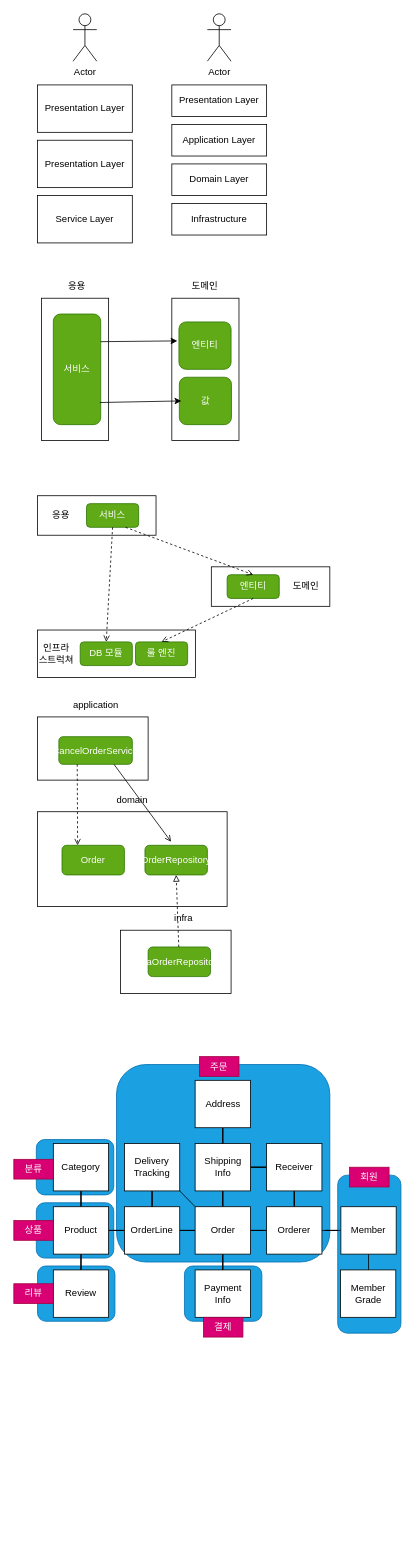
The draw.io diagram 블로그 참고.drawio in corns90/drawio, before the edit. Source tidied: cells renumbered, new cells numbered last; positions are measured from the earlier drawing's top-left corner, leaving out a move shared by most shapes. Both pictures are drawn from the tidied source at 79%, with x=0, y=0 at pixel (13, 13).
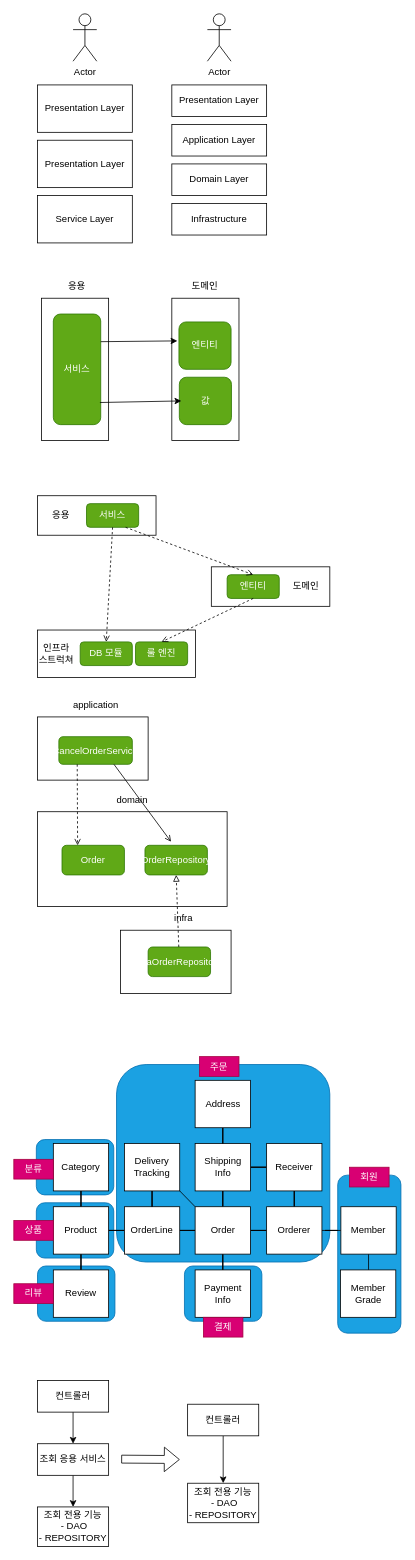
The same page after the edit.

Commit message:
블로그 참고.drawio 업데이트

What changed in the source:
```diff
@@
+    <mxCell id="85" style="edgeStyle=orthogonalEdgeStyle;rounded=0;jettySize=auto;html=1;entryX=0.5;entryY=0;entryDx=0;entryDy=0;" parent="1" edge="1" source="86" target="88">
+      <mxGeometry relative="1" as="geometry" />
+    </mxCell>
+    <mxCell id="86" value="컨트롤러" style="rounded=0;whiteSpace=wrap;html=1;" parent="1" vertex="1">
+      <mxGeometry x="30" y="1730" width="90" height="40" as="geometry" />
+    </mxCell>
+    <mxCell id="87" style="edgeStyle=orthogonalEdgeStyle;rounded=0;jettySize=auto;html=1;" parent="1" edge="1" source="88" target="89">
+      <mxGeometry relative="1" as="geometry" />
+    </mxCell>
+    <mxCell id="88" value="조회 응용 서비스" style="rounded=0;whiteSpace=wrap;html=1;" parent="1" vertex="1">
+      <mxGeometry x="30" y="1810" width="90" height="40" as="geometry" />
+    </mxCell>
+    <mxCell id="89" value="조회 전용 기능&lt;br&gt;&amp;nbsp;- DAO&lt;br&gt;- REPOSITORY" style="rounded=0;whiteSpace=wrap;html=1;" parent="1" vertex="1">
+      <mxGeometry x="30" y="1890" width="90" height="50" as="geometry" />
+    </mxCell>
+    <mxCell id="90" style="edgeStyle=orthogonalEdgeStyle;rounded=0;jettySize=auto;html=1;" parent="1" edge="1" source="91" target="92">
+      <mxGeometry relative="1" as="geometry" />
+    </mxCell>
+    <mxCell id="91" value="컨트롤러" style="rounded=0;whiteSpace=wrap;html=1;" parent="1" vertex="1">
+      <mxGeometry x="220" y="1760" width="90" height="40" as="geometry" />
+    </mxCell>
+    <mxCell id="92" value="조회 전용 기능&lt;br&gt;&amp;nbsp;- DAO&lt;br&gt;- REPOSITORY" style="rounded=0;whiteSpace=wrap;html=1;" parent="1" vertex="1">
+      <mxGeometry x="220" y="1860" width="90" height="50" as="geometry" />
+    </mxCell>
+    <mxCell id="93" style="shape=flexArrow;endArrow=classic;html=1;rounded=0;" parent="1" edge="1">
+      <mxGeometry relative="1" as="geometry">
+        <mxPoint x="136" y="1829.5" as="sourcePoint" />
+        <mxPoint x="210" y="1830" as="targetPoint" />
+      </mxGeometry>
+    </mxCell>
```
